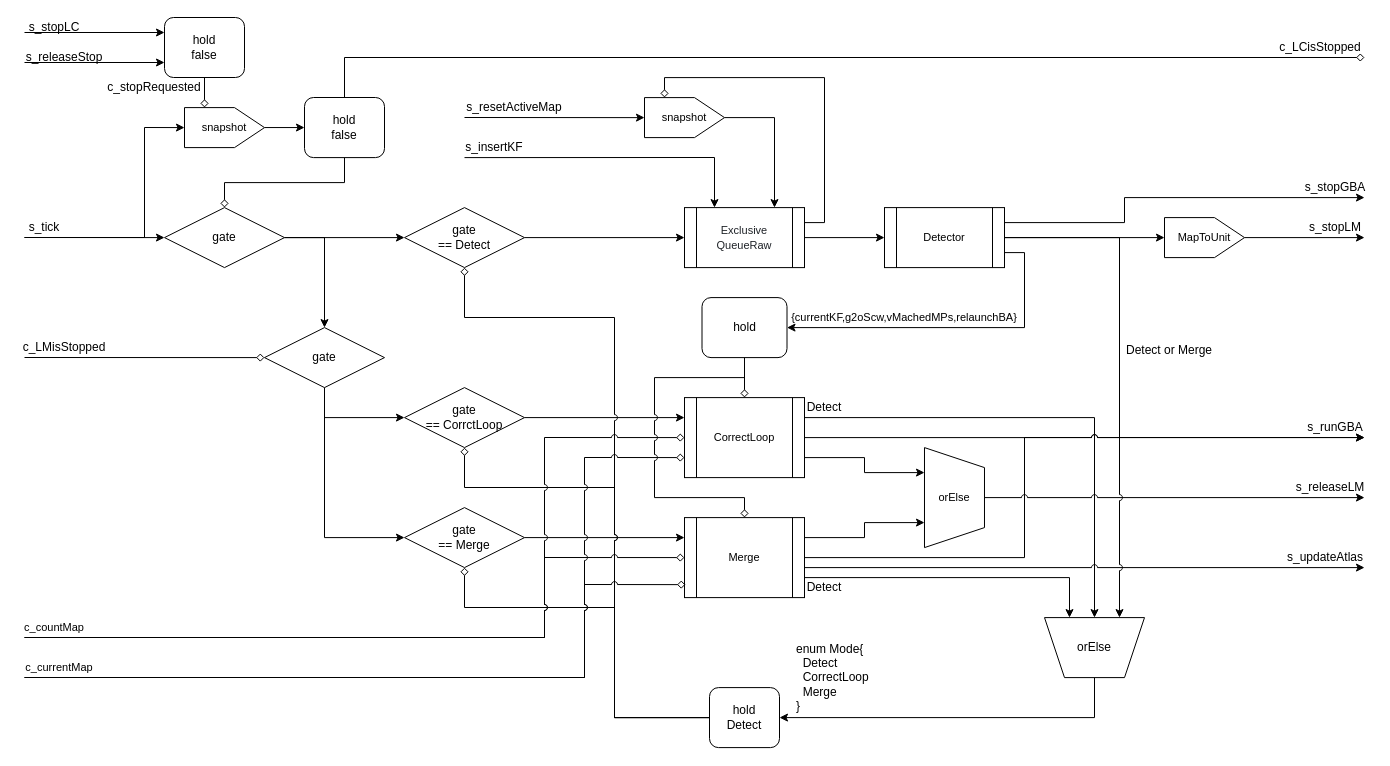
Earlier version of the draw.io diagram images/LoopClosingFRP.drawio (suzuki-taro-unofficial/ORB-SLAM3-decoding). Source tidied: cells renumbered, new cells numbered last; positions are measured from the earlier drawing's top-left corner, leaving out a move shared by most shapes. Both pictures are drawn from the tidied source at 100%, with x=0, y=0 at pixel (24, 17).
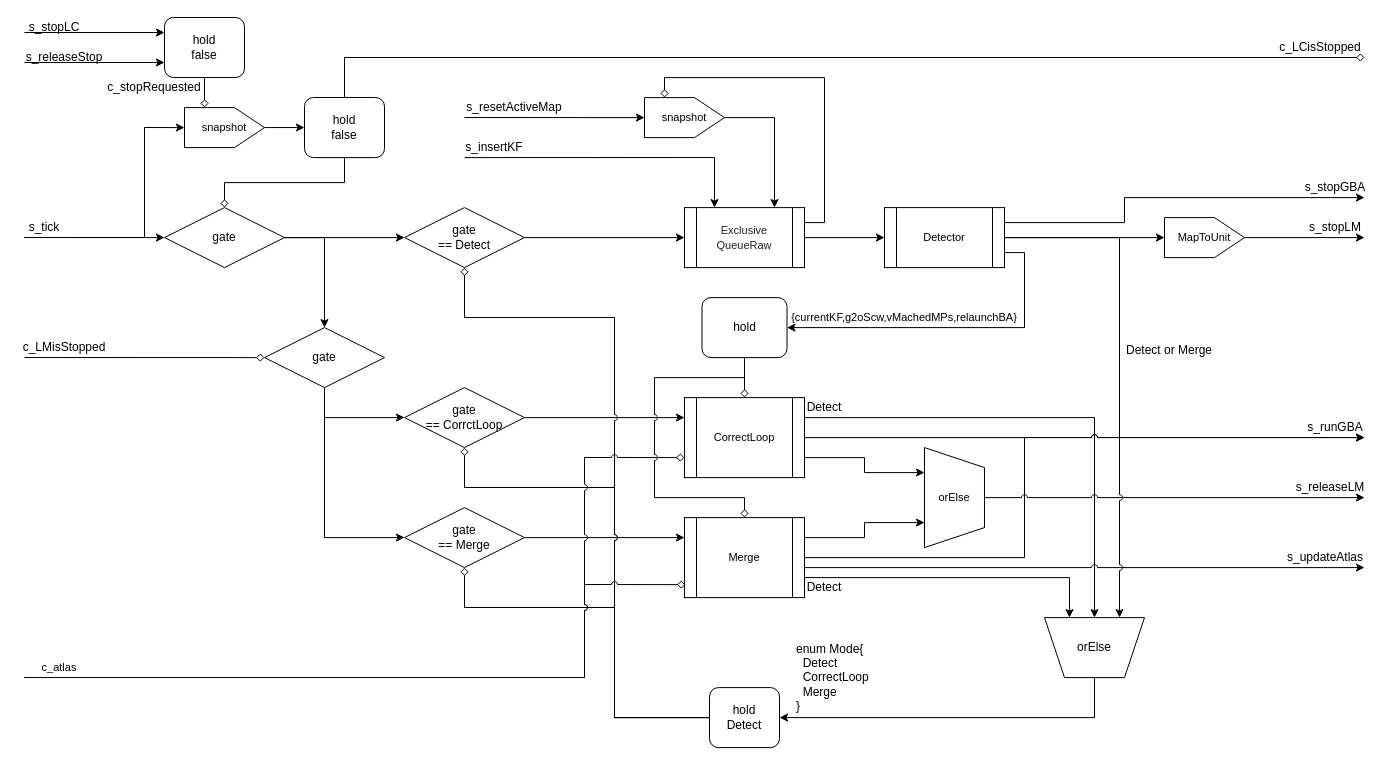
Above is the later version.

Commit message (it also covers changes not shown here):
atlasをもらうようにした

The change refers to these unchanged cells:
```xml
<mxCell id="20" value="CorrectLoop" style="shape=process;whiteSpace=wrap;html=1;backgroundOutline=1;fontFamily=Helvetica;fontSize=11;fontColor=default;labelBackgroundColor=default;" parent="1" vertex="1">
  <mxGeometry x="660" y="380.1" width="120" height="80" as="geometry" />
</mxCell>
<mxCell id="25" value="Merge" style="shape=process;whiteSpace=wrap;html=1;backgroundOutline=1;fontFamily=Helvetica;fontSize=11;fontColor=default;labelBackgroundColor=default;" parent="1" vertex="1">
  <mxGeometry x="660" y="500.1" width="120" height="80" as="geometry" />
</mxCell>
```

Change to the diagram source:
```diff
@@
-    <mxCell id="48" style="endArrow=diamond;html=1;rounded=0;entryX=0;entryY=0.5;entryDx=0;entryDy=0;jumpStyle=arc;endFill=0;" parent="1" edge="1" target="20">
-      <mxGeometry relative="1" as="geometry">
-        <mxPoint y="620" as="sourcePoint" />
-        <Array as="points">
-          <mxPoint x="520" y="620" />
-          <mxPoint x="520" y="420" />
-        </Array>
-      </mxGeometry>
-    </mxCell>
-    <mxCell id="49" style="endArrow=diamond;html=1;rounded=0;strokeColor=default;align=center;verticalAlign=middle;fontFamily=Helvetica;fontSize=11;fontColor=default;labelBackgroundColor=default;jumpStyle=arc;entryX=0;entryY=0.5;entryDx=0;entryDy=0;endFill=0;exitX=0;exitY=1;exitDx=0;exitDy=0;" parent="1" edge="1" source="50" target="25">
-      <mxGeometry relative="1" as="geometry">
-        <Array as="points">
-          <mxPoint x="330" y="620" />
-          <mxPoint x="520" y="620" />
-          <mxPoint x="520" y="540" />
-        </Array>
-      </mxGeometry>
-    </mxCell>
-    <mxCell id="50" value="c_countMap" style="text;html=1;align=center;verticalAlign=middle;whiteSpace=wrap;rounded=0;fontFamily=Helvetica;fontSize=11;fontColor=default;labelBackgroundColor=default;" parent="1" vertex="1">
-      <mxGeometry y="600" width="60" height="20" as="geometry" />
-    </mxCell>
@@
-    <mxCell id="53" value="c_currentMap" style="text;html=1;align=center;verticalAlign=middle;whiteSpace=wrap;rounded=0;fontFamily=Helvetica;fontSize=11;fontColor=default;labelBackgroundColor=default;" parent="1" vertex="1">
+    <mxCell id="53" value="c_atlas" style="text;html=1;align=center;verticalAlign=middle;whiteSpace=wrap;rounded=0;fontFamily=Helvetica;fontSize=11;fontColor=default;labelBackgroundColor=default;" parent="1" vertex="1">
       <mxGeometry y="640" width="70" height="20" as="geometry" />
     </mxCell>
```
